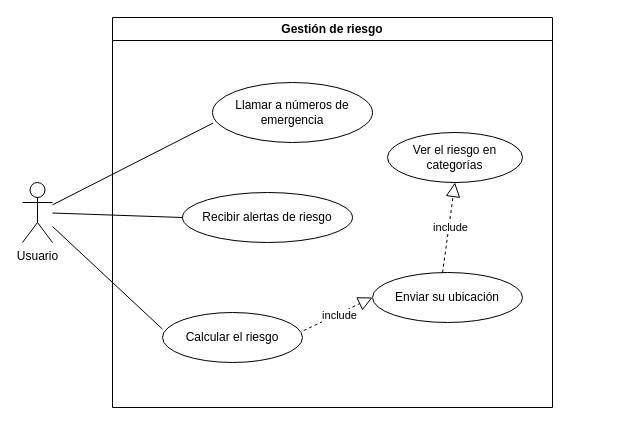
The draw.io diagram doc/diagrams/cu_gestion_riesgo.drawio in molerocn/urbansafe-app, before the edit. Source tidied: cells renumbered, new cells numbered last; positions are measured from the earlier drawing's top-left corner, leaving out a move shared by most shapes. Both pictures are drawn from the tidied source at 100%, with x=0, y=0 at pixel (22, 17).
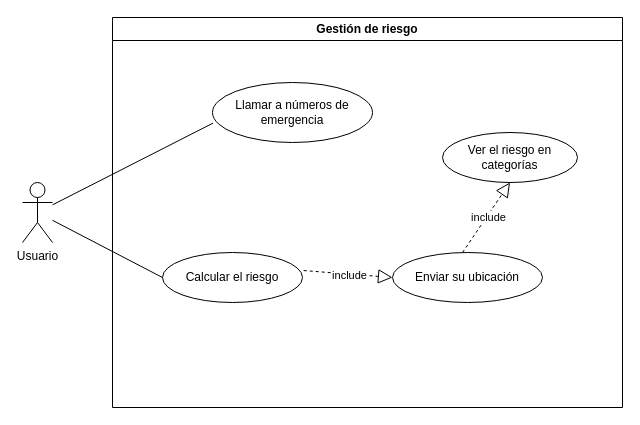
Above is the later version.

Commit message:
Modificar caso de uso gestión de riesgo (quitar alertas de riesgo)

Diff of the diagram source:
```diff
@@
 <mxGraphModel>
   <root>
     <mxCell id="0" />
     <mxCell id="1" parent="0" />
     <mxCell id="2" value="Usuario" style="shape=umlActor;verticalLabelPosition=bottom;verticalAlign=top;html=1;" parent="1" vertex="1">
       <mxGeometry y="165" width="30" height="60" as="geometry" />
     </mxCell>
     <mxCell id="3" value="Gestión de riesgo" style="swimlane;whiteSpace=wrap;html=1;" parent="1" vertex="1">
-      <mxGeometry x="90" width="440" height="390" as="geometry" />
+      <mxGeometry x="90" width="510" height="390" as="geometry" />
     </mxCell>
     <mxCell id="4" value="Llamar a números de emergencia" style="ellipse;whiteSpace=wrap;html=1;" parent="3" vertex="1">
       <mxGeometry x="100" y="65" width="160" height="60" as="geometry" />
     </mxCell>
     <mxCell id="5" value="Ver el riesgo en categorías" style="ellipse;whiteSpace=wrap;html=1;" parent="3" vertex="1">
-      <mxGeometry x="275" y="115" width="135" height="50" as="geometry" />
+      <mxGeometry x="330" y="115" width="135" height="50" as="geometry" />
     </mxCell>
     <mxCell id="6" value="Calcular el riesgo" style="ellipse;whiteSpace=wrap;html=1;" parent="3" vertex="1">
-      <mxGeometry x="50" y="295" width="140" height="50" as="geometry" />
+      <mxGeometry x="50" y="235" width="140" height="50" as="geometry" />
     </mxCell>
     <mxCell id="7" style="edgeStyle=orthogonalEdgeStyle;rounded=0;orthogonalLoop=1;jettySize=auto;html=1;exitX=0.5;exitY=1;exitDx=0;exitDy=0;" parent="3" edge="1" source="6" target="6">
       <mxGeometry relative="1" as="geometry" />
     </mxCell>
-    <mxCell id="8" value="Recibir alertas de riesgo" style="ellipse;whiteSpace=wrap;html=1;" parent="3" vertex="1">
-      <mxGeometry x="70" y="175" width="170" height="50" as="geometry" />
-    </mxCell>
-    <mxCell id="9" value="Enviar su ubicación" style="ellipse;whiteSpace=wrap;html=1;" parent="3" vertex="1">
-      <mxGeometry x="260" y="255" width="150" height="50" as="geometry" />
-    </mxCell>
     <mxCell id="10" style="endArrow=block;dashed=1;endFill=0;endSize=12;html=1;rounded=0;exitX=1.009;exitY=0.361;exitDx=0;exitDy=0;exitPerimeter=0;entryX=0;entryY=0.5;entryDx=0;entryDy=0;" parent="3" edge="1" source="6" target="9">
       <mxGeometry relative="1" as="geometry" />
     </mxCell>
     <mxCell id="11" value="include" style="edgeLabel;html=1;align=center;verticalAlign=middle;" parent="10" vertex="1">
       <mxGeometry x="0.02" y="-1" relative="1" as="geometry" />
     </mxCell>
     <mxCell id="12" style="endArrow=block;dashed=1;endFill=0;endSize=12;html=1;rounded=0;exitX=0.467;exitY=0;exitDx=0;exitDy=0;exitPerimeter=0;entryX=0.5;entryY=1;entryDx=0;entryDy=0;" parent="3" edge="1" source="9" target="5">
       <mxGeometry relative="1" as="geometry" />
     </mxCell>
     <mxCell id="13" value="include" style="edgeLabel;html=1;align=center;verticalAlign=middle;" parent="12" vertex="1">
       <mxGeometry x="0.02" y="-1" relative="1" as="geometry" />
     </mxCell>
+    <mxCell id="9" value="Enviar su ubicación" style="ellipse;whiteSpace=wrap;html=1;" parent="3" vertex="1">
+      <mxGeometry x="280" y="235" width="150" height="50" as="geometry" />
+    </mxCell>
     <mxCell id="14" style="endArrow=none;html=1;rounded=0;entryX=0.004;entryY=0.676;entryDx=0;entryDy=0;entryPerimeter=0;" parent="1" edge="1" source="2" target="4">
       <mxGeometry relative="1" as="geometry" />
     </mxCell>
-    <mxCell id="15" style="endArrow=none;html=1;rounded=0;entryX=0;entryY=0.333;entryDx=0;entryDy=0;entryPerimeter=0;" parent="1" edge="1" source="2" target="6">
+    <mxCell id="15" style="endArrow=none;html=1;rounded=0;entryX=0;entryY=0.5;entryDx=0;entryDy=0;" parent="1" edge="1" source="2" target="6">
       <mxGeometry relative="1" as="geometry" />
     </mxCell>
-    <mxCell id="16" style="endArrow=none;html=1;rounded=0;entryX=0;entryY=0.5;entryDx=0;entryDy=0;" parent="1" edge="1" source="2" target="8">
-      <mxGeometry relative="1" as="geometry" />
-    </mxCell>
   </root>
 </mxGraphModel>
```
